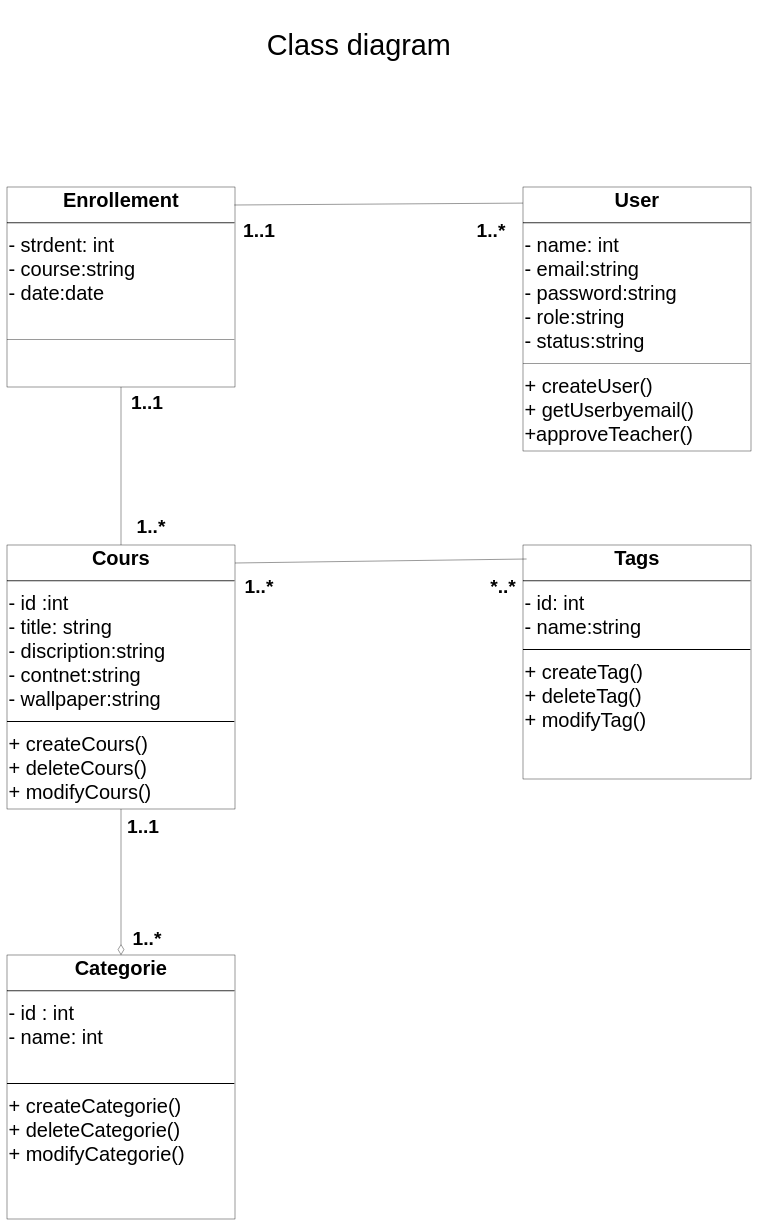
This is page "Page-2" (2 of 2) of Conception UML Use Case Diagram.drawio from hamza-saaf/Youdemy_Brief_11, a draw.io file, before an edit. Source tidied: cells renumbered, new cells numbered last; positions are measured from the earlier drawing's top-left corner, leaving out a move shared by most shapes. Both pictures are drawn from the tidied source at 40%, with x=0, y=0 at pixel (7, 7).
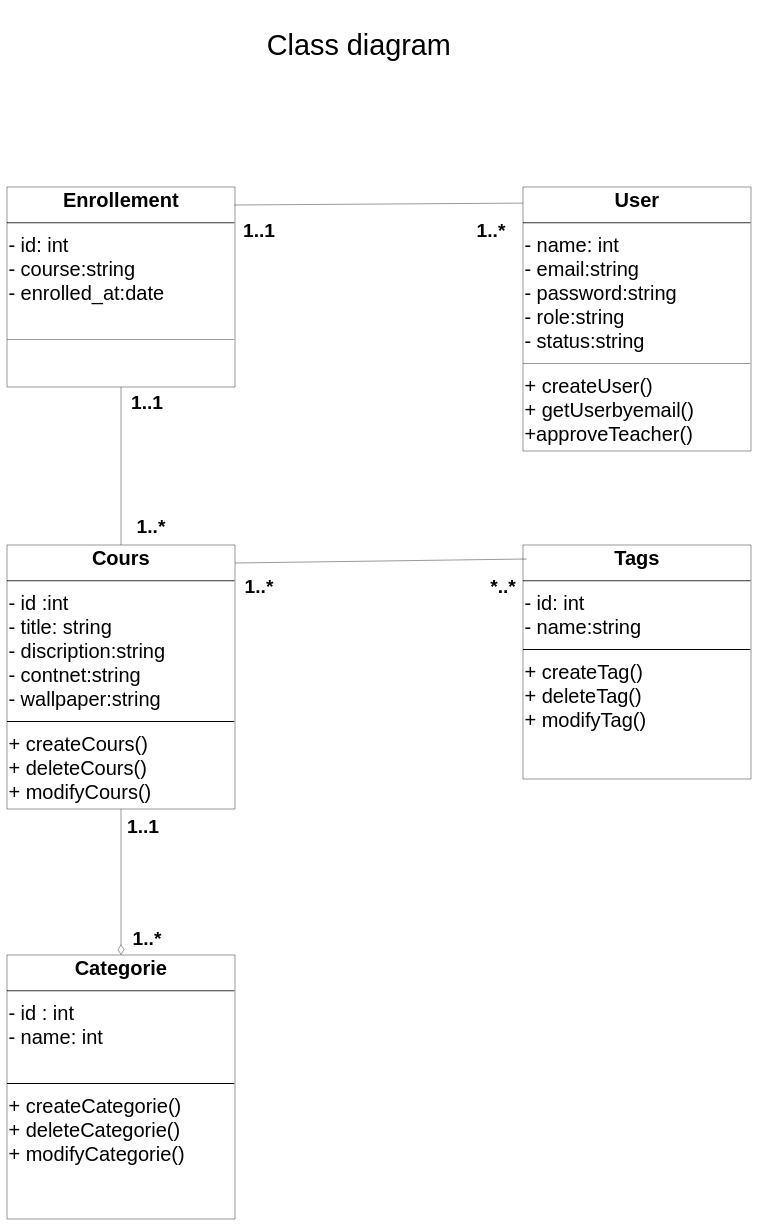
After the change.

Change to the diagram source:
```diff
@@
-    <mxCell id="2" value="&lt;p style=&quot;margin:0px;margin-top:4px;text-align:center;&quot;&gt;&lt;b&gt;Enrollement&lt;/b&gt;&lt;/p&gt;&lt;hr style=&quot;border-style:solid;&quot;&gt;&lt;p style=&quot;margin:0px;margin-left:4px;&quot;&gt;- strdent: int&lt;/p&gt;&lt;p style=&quot;margin:0px;margin-left:4px;&quot;&gt;- course:string&lt;/p&gt;&lt;p style=&quot;margin:0px;margin-left:4px;&quot;&gt;- date:date&lt;/p&gt;&lt;p style=&quot;margin:0px;margin-left:4px;&quot;&gt;&lt;br&gt;&lt;/p&gt;&lt;hr style=&quot;border-style:solid;&quot;&gt;&lt;p style=&quot;margin:0px;margin-left:4px;&quot;&gt;&lt;br&gt;&lt;/p&gt;&lt;p style=&quot;margin:0px;margin-left:4px;&quot;&gt;&lt;br&gt;&lt;/p&gt;&lt;p style=&quot;margin:0px;margin-left:4px;&quot;&gt;&lt;br&gt;&lt;/p&gt;" style="verticalAlign=top;align=left;overflow=fill;html=1;whiteSpace=wrap;fontSize=50;" parent="1" vertex="1">
+    <mxCell id="2" value="&lt;p style=&quot;margin:0px;margin-top:4px;text-align:center;&quot;&gt;&lt;b&gt;Enrollement&lt;/b&gt;&lt;/p&gt;&lt;hr style=&quot;border-style:solid;&quot;&gt;&lt;p style=&quot;margin:0px;margin-left:4px;&quot;&gt;- id: int&lt;/p&gt;&lt;p style=&quot;margin:0px;margin-left:4px;&quot;&gt;- course:string&lt;/p&gt;&lt;p style=&quot;margin:0px;margin-left:4px;&quot;&gt;-  enrolled_at:date&lt;/p&gt;&lt;p style=&quot;margin:0px;margin-left:4px;&quot;&gt;&lt;br&gt;&lt;/p&gt;&lt;hr style=&quot;border-style:solid;&quot;&gt;&lt;p style=&quot;margin:0px;margin-left:4px;&quot;&gt;&lt;br&gt;&lt;/p&gt;&lt;p style=&quot;margin:0px;margin-left:4px;&quot;&gt;&lt;br&gt;&lt;/p&gt;&lt;p style=&quot;margin:0px;margin-left:4px;&quot;&gt;&lt;br&gt;&lt;/p&gt;" style="verticalAlign=top;align=left;overflow=fill;html=1;whiteSpace=wrap;fontSize=50;" parent="1" vertex="1">
       <mxGeometry y="450" width="570" height="500" as="geometry" />
     </mxCell>
```
